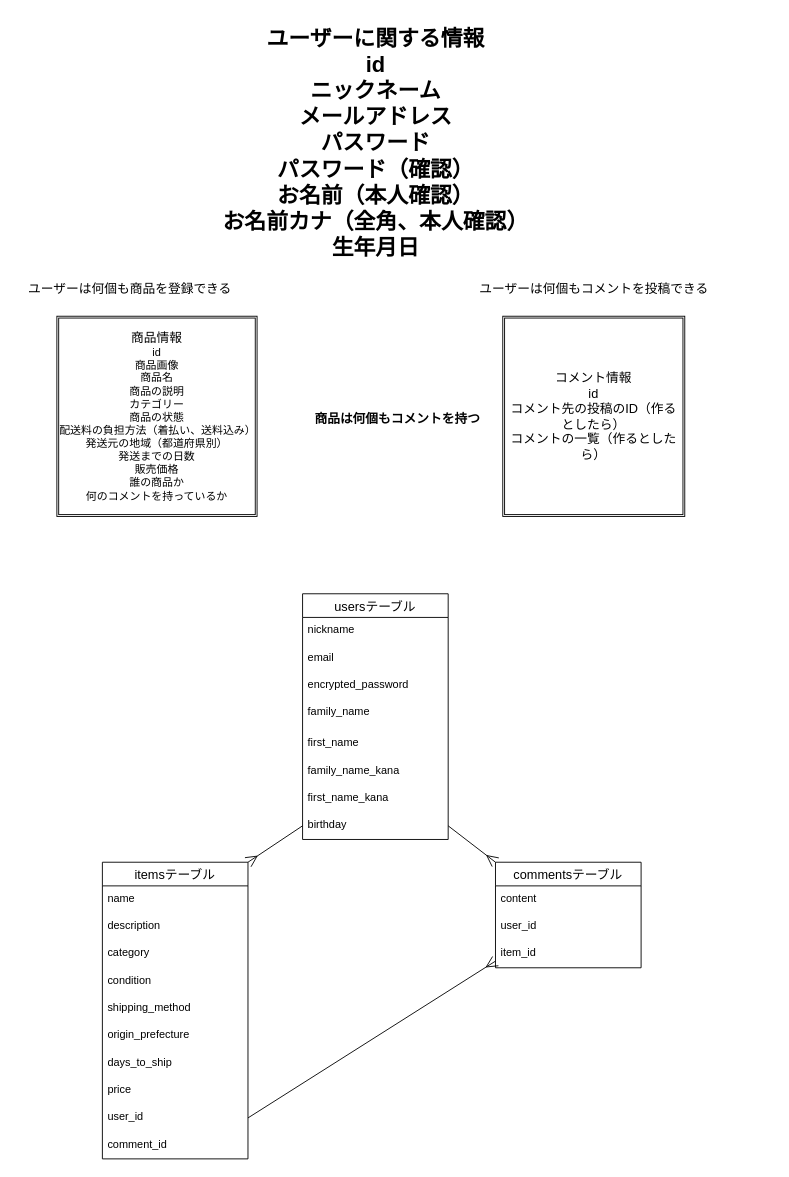
kenkenkaiden/furima-39165 keeps this draw.io diagram as ER図.dio. Above is the earlier version. Source tidied: cells renumbered, new cells numbered last; positions are measured from the earlier drawing's top-left corner, leaving out a move shared by most shapes. Both pictures are drawn from the tidied source at 91%, with x=0, y=0 at pixel (15, 15).
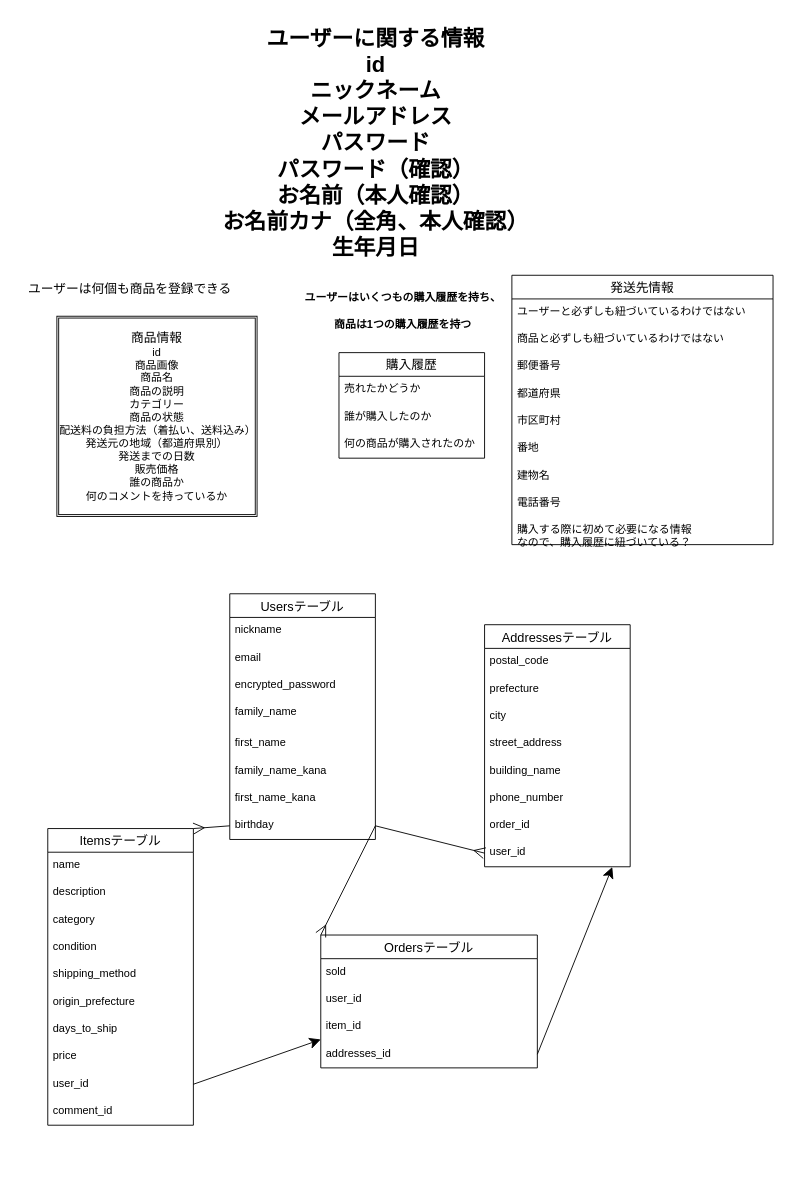
The same page after the edit.

Commit message (it also covers changes not shown here):
OrdersテーブルとAddressesテーブルの作成、既存のアソシエーションの見直し

The change refers to these unchanged cells:
```xml
<mxCell id="17" value="birthday" style="text;strokeColor=none;fillColor=none;spacingLeft=4;spacingRight=4;overflow=hidden;points=[[0,0.5],[1,0.5]];portConstraint=eastwest;fontSize=12;" parent="9" vertex="1">
  <mxGeometry y="240" width="160" height="30" as="geometry" />
</mxCell>
<mxCell id="27" value="user_id" style="text;strokeColor=none;fillColor=none;spacingLeft=4;spacingRight=4;overflow=hidden;points=[[0,0.5],[1,0.5]];portConstraint=eastwest;fontSize=12;" parent="18" vertex="1">
  <mxGeometry y="266" width="160" height="30" as="geometry" />
</mxCell>
```

Change to the diagram source:
```diff
@@
-    <mxCell id="4" value="コメント情報&lt;br&gt;id&lt;br&gt;&lt;div&gt;コメント先の投稿のID（作るとしたら）&lt;/div&gt;&lt;div&gt;コメントの一覧（作るとしたら）&lt;/div&gt;" style="shape=ext;double=1;rounded=0;whiteSpace=wrap;html=1;fontSize=14;" parent="1" vertex="1">
-      <mxGeometry x="535" y="330" width="200" height="220" as="geometry" />
-    </mxCell>
@@
-    <mxCell id="7" value="ユーザーは何個もコメントを投稿できる" style="text;html=1;align=center;verticalAlign=middle;strokeColor=none;fillColor=none;fontSize=14;" parent="1" vertex="1">
-      <mxGeometry x="495" y="285" width="280" height="30" as="geometry" />
-    </mxCell>
-    <mxCell id="8" value="&lt;font style=&quot;font-size: 14px;&quot;&gt;商品は何個もコメントを持つ&lt;/font&gt;" style="text;strokeColor=none;fillColor=none;html=1;fontSize=24;fontStyle=1;verticalAlign=middle;align=center;" parent="1" vertex="1">
-      <mxGeometry x="369" y="420" width="100" height="40" as="geometry" />
-    </mxCell>
-    <mxCell id="9" value="usersテーブル" style="swimlane;fontStyle=0;horizontal=1;startSize=26;align=center;fontSize=14;" parent="1" vertex="1">
-      <mxGeometry x="315" y="635" width="160" height="270" as="geometry" />
+    <mxCell id="9" value="Usersテーブル" style="swimlane;fontStyle=0;horizontal=1;startSize=26;align=center;fontSize=14;" parent="1" vertex="1">
+      <mxGeometry x="235" y="635" width="160" height="270" as="geometry" />
     </mxCell>
@@
-    <mxCell id="18" value="itemsテーブル" style="swimlane;fontStyle=0;horizontal=1;startSize=26;align=center;fontSize=14;" parent="1" vertex="1">
-      <mxGeometry x="95" y="930" width="160" height="326" as="geometry" />
+    <mxCell id="18" value="Itemsテーブル" style="swimlane;fontStyle=0;horizontal=1;startSize=26;align=center;fontSize=14;" parent="1" vertex="1">
+      <mxGeometry x="35" y="893" width="160" height="326" as="geometry" />
     </mxCell>
@@
-    <mxCell id="30" value="commentsテーブル" style="swimlane;fontStyle=0;horizontal=1;startSize=26;align=center;fontSize=14;" parent="1" vertex="1">
-      <mxGeometry x="527" y="930" width="160" height="116" as="geometry" />
+    <mxCell id="30" value="Ordersテーブル" style="swimlane;fontStyle=0;horizontal=1;startSize=26;align=center;fontSize=14;" parent="1" vertex="1">
+      <mxGeometry x="335" y="1010" width="238" height="146" as="geometry" />
     </mxCell>
-    <mxCell id="31" value="content" style="text;strokeColor=none;fillColor=none;spacingLeft=4;spacingRight=4;overflow=hidden;fontSize=12;" parent="30" vertex="1">
-      <mxGeometry y="26" width="160" height="30" as="geometry" />
+    <mxCell id="31" value="sold" style="text;strokeColor=none;fillColor=none;spacingLeft=4;spacingRight=4;overflow=hidden;fontSize=12;" parent="30" vertex="1">
+      <mxGeometry y="26" width="238" height="30" as="geometry" />
     </mxCell>
     <mxCell id="32" value="user_id" style="text;strokeColor=none;fillColor=none;spacingLeft=4;spacingRight=4;overflow=hidden;fontSize=12;" parent="30" vertex="1">
-      <mxGeometry y="56" width="160" height="30" as="geometry" />
+      <mxGeometry y="56" width="238" height="30" as="geometry" />
     </mxCell>
     <mxCell id="33" value="item_id" style="text;strokeColor=none;fillColor=none;spacingLeft=4;spacingRight=4;overflow=hidden;fontSize=12;" parent="30" vertex="1">
-      <mxGeometry y="86" width="160" height="30" as="geometry" />
+      <mxGeometry y="86" width="238" height="30" as="geometry" />
     </mxCell>
+    <mxCell id="36" value="addresses_id" style="text;strokeColor=none;fillColor=none;spacingLeft=4;spacingRight=4;overflow=hidden;points=[[0,0.5],[1,0.5]];portConstraint=eastwest;fontSize=12;" parent="30" vertex="1">
+      <mxGeometry y="116" width="238" height="30" as="geometry" />
+    </mxCell>
@@
-    <mxCell id="35" style="edgeStyle=none;html=1;exitX=1;exitY=0.5;exitDx=0;exitDy=0;strokeColor=default;fontSize=14;endArrow=ERmany;endFill=0;endSize=10;" parent="1" edge="1" source="27" target="30">
+    <mxCell id="35" style="edgeStyle=none;html=1;exitX=1;exitY=0.5;exitDx=0;exitDy=0;strokeColor=default;fontSize=14;endArrow=classic;endFill=1;endSize=10;" parent="1" edge="1" source="27" target="30">
       <mxGeometry relative="1" as="geometry" />
     </mxCell>
+    <mxCell id="37" value="購入履歴" style="swimlane;fontStyle=0;horizontal=1;startSize=26;align=center;fontSize=14;" parent="1" vertex="1">
+      <mxGeometry x="355" y="370" width="160" height="116" as="geometry" />
+    </mxCell>
+    <mxCell id="38" value="売れたかどうか" style="text;strokeColor=none;fillColor=none;spacingLeft=4;spacingRight=4;overflow=hidden;fontSize=12;" parent="37" vertex="1">
+      <mxGeometry y="26" width="160" height="30" as="geometry" />
+    </mxCell>
+    <mxCell id="39" value="誰が購入したのか" style="text;strokeColor=none;fillColor=none;spacingLeft=4;spacingRight=4;overflow=hidden;fontSize=12;" parent="37" vertex="1">
+      <mxGeometry y="56" width="160" height="30" as="geometry" />
+    </mxCell>
+    <mxCell id="40" value="何の商品が購入されたのか&#10;" style="text;strokeColor=none;fillColor=none;spacingLeft=4;spacingRight=4;overflow=hidden;fontSize=12;" parent="37" vertex="1">
+      <mxGeometry y="86" width="160" height="30" as="geometry" />
+    </mxCell>
+    <mxCell id="41" value="&lt;font style=&quot;font-size: 12px;&quot;&gt;ユーザーはいくつもの購入履歴を持ち、&lt;br&gt;商品は1つの購入履歴を持つ&lt;/font&gt;" style="text;strokeColor=none;fillColor=none;html=1;fontSize=24;fontStyle=1;verticalAlign=middle;align=center;" parent="1" vertex="1">
+      <mxGeometry x="375" y="300" width="100" height="40" as="geometry" />
+    </mxCell>
+    <mxCell id="42" value="発送先情報" style="swimlane;fontStyle=0;horizontal=1;startSize=26;align=center;fontSize=14;" parent="1" vertex="1">
+      <mxGeometry x="545" y="285" width="287" height="296" as="geometry" />
+    </mxCell>
+    <mxCell id="43" value="ユーザーと必ずしも紐づいているわけではない" style="text;strokeColor=none;fillColor=none;spacingLeft=4;spacingRight=4;overflow=hidden;fontSize=12;" parent="42" vertex="1">
+      <mxGeometry y="26" width="287" height="30" as="geometry" />
+    </mxCell>
+    <mxCell id="44" value="商品と必ずしも紐づいているわけではない" style="text;strokeColor=none;fillColor=none;spacingLeft=4;spacingRight=4;overflow=hidden;fontSize=12;" parent="42" vertex="1">
+      <mxGeometry y="56" width="287" height="30" as="geometry" />
+    </mxCell>
+    <mxCell id="45" value="郵便番号" style="text;strokeColor=none;fillColor=none;spacingLeft=4;spacingRight=4;overflow=hidden;fontSize=12;" parent="42" vertex="1">
+      <mxGeometry y="86" width="287" height="30" as="geometry" />
+    </mxCell>
+    <mxCell id="46" value="都道府県" style="text;strokeColor=none;fillColor=none;spacingLeft=4;spacingRight=4;overflow=hidden;fontSize=12;" parent="42" vertex="1">
+      <mxGeometry y="116" width="287" height="30" as="geometry" />
+    </mxCell>
+    <mxCell id="47" value="市区町村" style="text;strokeColor=none;fillColor=none;spacingLeft=4;spacingRight=4;overflow=hidden;fontSize=12;" parent="42" vertex="1">
+      <mxGeometry y="146" width="287" height="30" as="geometry" />
+    </mxCell>
+    <mxCell id="48" value="番地" style="text;strokeColor=none;fillColor=none;spacingLeft=4;spacingRight=4;overflow=hidden;fontSize=12;" parent="42" vertex="1">
+      <mxGeometry y="176" width="287" height="30" as="geometry" />
+    </mxCell>
+    <mxCell id="49" value="建物名" style="text;strokeColor=none;fillColor=none;spacingLeft=4;spacingRight=4;overflow=hidden;fontSize=12;" parent="42" vertex="1">
+      <mxGeometry y="206" width="287" height="30" as="geometry" />
+    </mxCell>
+    <mxCell id="50" value="電話番号&#10;" style="text;strokeColor=none;fillColor=none;spacingLeft=4;spacingRight=4;overflow=hidden;fontSize=12;" parent="42" vertex="1">
+      <mxGeometry y="236" width="287" height="30" as="geometry" />
+    </mxCell>
+    <mxCell id="51" value="購入する際に初めて必要になる情報&#10;なので、購入履歴に紐づいている？" style="text;strokeColor=none;fillColor=none;spacingLeft=4;spacingRight=4;overflow=hidden;fontSize=12;" parent="42" vertex="1">
+      <mxGeometry y="266" width="287" height="30" as="geometry" />
+    </mxCell>
+    <mxCell id="52" value="Addressesテーブル" style="swimlane;fontStyle=0;horizontal=1;startSize=26;align=center;fontSize=14;" parent="1" vertex="1">
+      <mxGeometry x="515" y="669" width="160" height="266" as="geometry" />
+    </mxCell>
+    <mxCell id="53" value="postal_code" style="text;strokeColor=none;fillColor=none;spacingLeft=4;spacingRight=4;overflow=hidden;fontSize=12;" parent="52" vertex="1">
+      <mxGeometry y="26" width="160" height="30" as="geometry" />
+    </mxCell>
+    <mxCell id="54" value="prefecture" style="text;strokeColor=none;fillColor=none;spacingLeft=4;spacingRight=4;overflow=hidden;fontSize=12;" parent="52" vertex="1">
+      <mxGeometry y="56" width="160" height="30" as="geometry" />
+    </mxCell>
+    <mxCell id="55" value="city" style="text;strokeColor=none;fillColor=none;spacingLeft=4;spacingRight=4;overflow=hidden;fontSize=12;" parent="52" vertex="1">
+      <mxGeometry y="86" width="160" height="30" as="geometry" />
+    </mxCell>
+    <mxCell id="56" value="street_address" style="text;strokeColor=none;fillColor=none;spacingLeft=4;spacingRight=4;overflow=hidden;fontSize=12;" parent="52" vertex="1">
+      <mxGeometry y="116" width="160" height="30" as="geometry" />
+    </mxCell>
+    <mxCell id="57" value="building_name" style="text;strokeColor=none;fillColor=none;spacingLeft=4;spacingRight=4;overflow=hidden;fontSize=12;" parent="52" vertex="1">
+      <mxGeometry y="146" width="160" height="30" as="geometry" />
+    </mxCell>
+    <mxCell id="58" value="phone_number" style="text;strokeColor=none;fillColor=none;spacingLeft=4;spacingRight=4;overflow=hidden;fontSize=12;" parent="52" vertex="1">
+      <mxGeometry y="176" width="160" height="30" as="geometry" />
+    </mxCell>
+    <mxCell id="59" value="order_id" style="text;strokeColor=none;fillColor=none;spacingLeft=4;spacingRight=4;overflow=hidden;fontSize=12;" parent="52" vertex="1">
+      <mxGeometry y="206" width="160" height="30" as="geometry" />
+    </mxCell>
+    <mxCell id="60" value="user_id" style="text;strokeColor=none;fillColor=none;spacingLeft=4;spacingRight=4;overflow=hidden;points=[[0,0.5],[1,0.5]];portConstraint=eastwest;fontSize=12;" parent="52" vertex="1">
+      <mxGeometry y="236" width="160" height="30" as="geometry" />
+    </mxCell>
+    <mxCell id="61" style="edgeStyle=none;html=1;exitX=1;exitY=0.5;exitDx=0;exitDy=0;entryX=0;entryY=0.5;entryDx=0;entryDy=0;strokeColor=default;fontSize=12;endArrow=ERmany;endFill=0;endSize=10;" parent="1" edge="1" source="17" target="60">
+      <mxGeometry relative="1" as="geometry" />
+    </mxCell>
+    <mxCell id="62" style="edgeStyle=none;html=1;exitX=1;exitY=0.5;exitDx=0;exitDy=0;entryX=0.877;entryY=1.007;entryDx=0;entryDy=0;entryPerimeter=0;strokeColor=default;fontSize=12;endArrow=classic;endFill=1;endSize=10;" parent="1" edge="1" source="36" target="60">
+      <mxGeometry relative="1" as="geometry" />
+    </mxCell>
```
